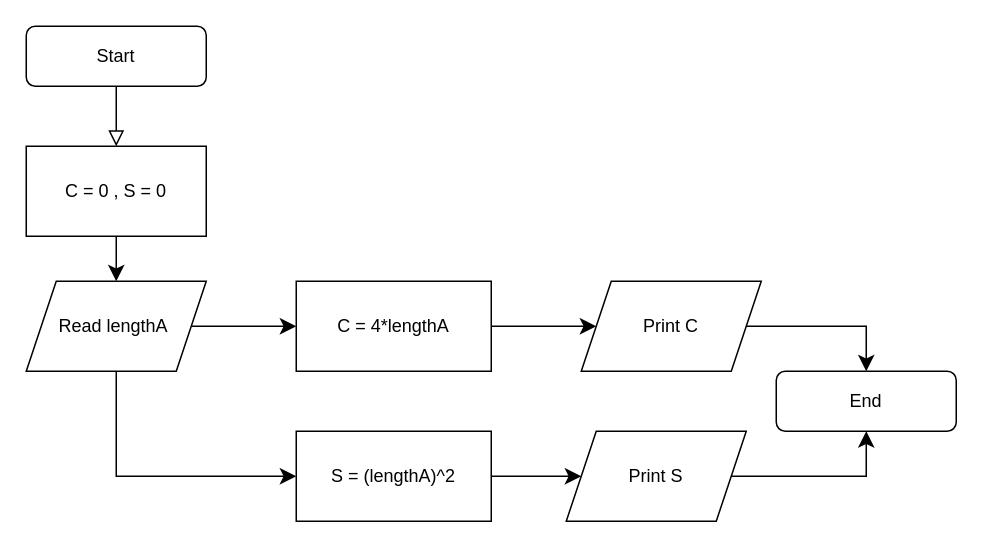
Before: Biểu đồ không có tiêu đề.drawio in LONGDKZdev/Flowchart, a draw.io diagram. Source tidied: cells renumbered, new cells numbered last; positions are measured from the earlier drawing's top-left corner, leaving out a move shared by most shapes. Both pictures are drawn from the tidied source at 150%, with x=0, y=0 at pixel (26, 26).
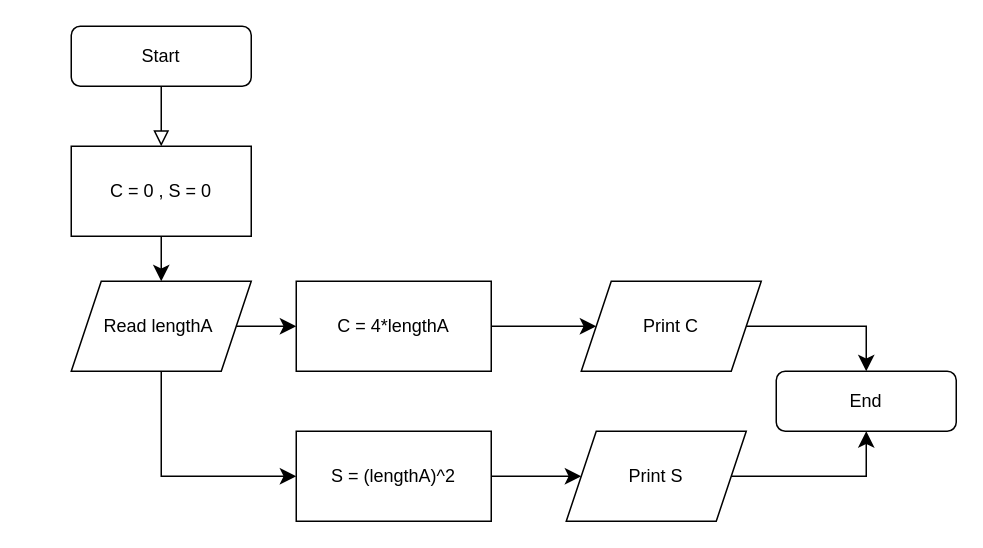
The same diagram, later.

What changed in the source:
```diff
@@
     <mxCell id="2" style="rounded=0;html=1;jettySize=auto;fontSize=11;endArrow=block;endFill=0;endSize=8;strokeWidth=1;shadow=0;labelBackgroundColor=none;edgeStyle=orthogonalEdgeStyle;entryX=0.5;entryY=0;entryDx=0;entryDy=0;exitX=0.5;exitY=1;exitDx=0;exitDy=0;" parent="1" edge="1" source="3">
       <mxGeometry relative="1" as="geometry">
-        <mxPoint x="60" y="80" as="targetPoint" />
+        <mxPoint x="90" y="80" as="targetPoint" />
         <Array as="points">
-          <mxPoint x="60" y="50" />
+          <mxPoint x="90" y="50" />
         </Array>
       </mxGeometry>
     </mxCell>
     <mxCell id="3" value="Start" style="rounded=1;whiteSpace=wrap;html=1;fontSize=12;glass=0;strokeWidth=1;shadow=0;" parent="1" vertex="1">
-      <mxGeometry width="120" height="40" as="geometry" />
+      <mxGeometry x="30" width="120" height="40" as="geometry" />
     </mxCell>
     <mxCell id="4" style="edgeStyle=none;curved=1;rounded=0;orthogonalLoop=1;jettySize=auto;html=1;fontSize=12;startSize=8;endSize=8;exitX=0.5;exitY=1;exitDx=0;exitDy=0;" parent="1" edge="1">
       <mxGeometry relative="1" as="geometry">
-        <mxPoint x="60" y="140" as="sourcePoint" />
-        <mxPoint x="60" y="170" as="targetPoint" />
+        <mxPoint x="90" y="140" as="sourcePoint" />
+        <mxPoint x="90" y="170" as="targetPoint" />
       </mxGeometry>
     </mxCell>
-    <mxCell id="5" style="edgeStyle=none;curved=1;rounded=0;jettySize=auto;html=1;fontSize=12;startSize=8;endSize=8;" parent="1" edge="1" source="6">
+    <mxCell id="5" style="edgeStyle=none;curved=1;rounded=0;jettySize=auto;html=1;fontSize=12;startSize=8;endSize=8;exitX=1;exitY=0.5;exitDx=0;exitDy=0;" parent="1" edge="1" source="6">
       <mxGeometry relative="1" as="geometry">
         <mxPoint x="180" y="200" as="targetPoint" />
       </mxGeometry>
     </mxCell>
     <mxCell id="6" value="Read lengthA&amp;nbsp;" style="shape=parallelogram;perimeter=parallelogramPerimeter;whiteSpace=wrap;html=1;fixedSize=1;" parent="1" vertex="1">
-      <mxGeometry y="170" width="120" height="60" as="geometry" />
+      <mxGeometry x="30" y="170" width="120" height="60" as="geometry" />
     </mxCell>
     <mxCell id="7" value="C = 0 , S = 0" style="rounded=0;whiteSpace=wrap;html=1;" parent="1" vertex="1">
-      <mxGeometry y="80" width="120" height="60" as="geometry" />
+      <mxGeometry x="30" y="80" width="120" height="60" as="geometry" />
     </mxCell>
```
